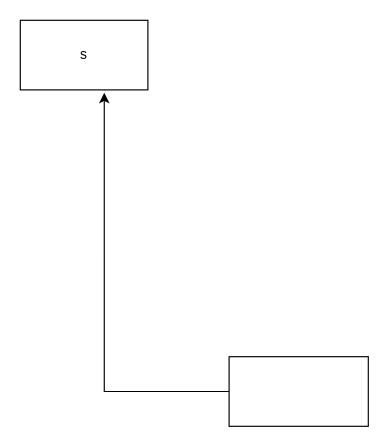
This is Diagramme sans nom.drawio from HipppB/safeHub, a draw.io file, before an edit. Source tidied: cells renumbered, new cells numbered last; positions are measured from the earlier drawing's top-left corner, leaving out a move shared by most shapes. Both pictures are drawn from the tidied source at 116%, with x=0, y=0 at pixel (20, 20).
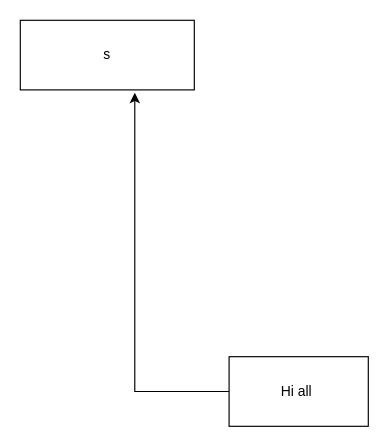
After the change.

Commit message:
Mettre à jour Diagramme sans nom.drawio

Change to the diagram source:
```diff
@@
 <mxGraphModel>
   <root>
     <mxCell id="0" />
     <mxCell id="1" parent="0" />
     <mxCell id="2" style="edgeStyle=orthogonalEdgeStyle;rounded=0;jettySize=auto;html=1;entryX=0.658;entryY=1.042;entryDx=0;entryDy=0;entryPerimeter=0;" parent="1" edge="1" source="3" target="4">
       <mxGeometry relative="1" as="geometry" />
     </mxCell>
-    <mxCell id="3" style="rounded=0;whiteSpace=wrap;html=1;" parent="1" vertex="1">
+    <mxCell id="3" value="Hi all&amp;nbsp;" style="rounded=0;whiteSpace=wrap;html=1;" parent="1" vertex="1">
       <mxGeometry x="180" y="290" width="120" height="60" as="geometry" />
     </mxCell>
     <mxCell id="4" value="s" style="rounded=0;whiteSpace=wrap;html=1;" parent="1" vertex="1">
-      <mxGeometry width="110" height="60" as="geometry" />
+      <mxGeometry width="150" height="60" as="geometry" />
     </mxCell>
   </root>
 </mxGraphModel>
```
